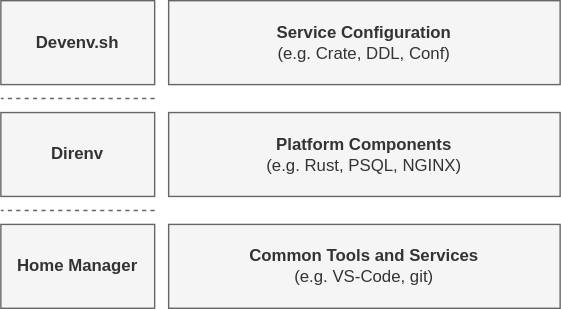
Before: img/techStack.drawio.svg, a diagram exported from draw.io (torstenboettjer/sandbox). Source tidied: cells renumbered, new cells last; positions are measured from the earlier drawing's top-left corner, leaving out a move shared by most shapes. The source it was exported from:
```xml
<mxGraphModel>
  <root>
    <mxCell id="0" />
    <mxCell id="1" parent="0" />
    <mxCell id="2" value="Common Tools and Services&lt;br&gt;&lt;span style=&quot;font-weight: normal;&quot;&gt;(e.g. VS-Code, git)&lt;/span&gt;" style="rounded=0;whiteSpace=wrap;html=1;fillColor=#f5f5f5;strokeColor=#666666;fontStyle=1;fontColor=#333333;" parent="1" vertex="1">
      <mxGeometry x="120" y="160" width="280" height="60" as="geometry" />
    </mxCell>
    <mxCell id="3" value="Platform Components&lt;br&gt;&lt;span style=&quot;font-weight: normal;&quot;&gt;(e.g.&amp;nbsp;&lt;/span&gt;&lt;span style=&quot;font-weight: 400;&quot;&gt;Rust, PSQL, NGINX&lt;/span&gt;&lt;span style=&quot;font-weight: normal;&quot;&gt;)&lt;/span&gt;" style="rounded=0;whiteSpace=wrap;html=1;fillColor=#f5f5f5;strokeColor=#666666;fontStyle=1;fontColor=#333333;" parent="1" vertex="1">
      <mxGeometry x="120" y="80" width="280" height="60" as="geometry" />
    </mxCell>
    <mxCell id="4" value="Service Configuration&lt;br&gt;&lt;span style=&quot;font-weight: normal;&quot;&gt;(e.g.&amp;nbsp;&lt;/span&gt;&lt;span style=&quot;font-weight: 400;&quot;&gt;Crate, DDL, Conf&lt;/span&gt;&lt;span style=&quot;font-weight: normal;&quot;&gt;)&lt;/span&gt;" style="rounded=0;whiteSpace=wrap;html=1;fillColor=#f5f5f5;strokeColor=#666666;fontStyle=1;fontColor=#333333;" parent="1" vertex="1">
      <mxGeometry x="120" width="280" height="60" as="geometry" />
    </mxCell>
    <mxCell id="5" style="endArrow=none;dashed=1;html=1;rounded=0;fillColor=#f5f5f5;strokeColor=#666666;" parent="1" edge="1">
      <mxGeometry relative="1" as="geometry">
        <mxPoint x="110" y="70" as="sourcePoint" />
        <mxPoint y="70" as="targetPoint" />
      </mxGeometry>
    </mxCell>
    <mxCell id="6" style="endArrow=none;dashed=1;html=1;rounded=0;fillColor=#f5f5f5;strokeColor=#666666;fontStyle=1;" parent="1" edge="1">
      <mxGeometry relative="1" as="geometry">
        <mxPoint x="110" y="150" as="sourcePoint" />
        <mxPoint y="150" as="targetPoint" />
      </mxGeometry>
    </mxCell>
    <mxCell id="7" value="Devenv.sh" style="rounded=0;whiteSpace=wrap;html=1;fillColor=#f5f5f5;strokeColor=#666666;fontStyle=1;fontColor=#333333;" parent="1" vertex="1">
      <mxGeometry width="110" height="60" as="geometry" />
    </mxCell>
    <mxCell id="8" value="Direnv" style="rounded=0;whiteSpace=wrap;html=1;fillColor=#f5f5f5;strokeColor=#666666;fontStyle=1;fontColor=#333333;" parent="1" vertex="1">
      <mxGeometry y="80" width="110" height="60" as="geometry" />
    </mxCell>
    <mxCell id="9" value="Home Manager" style="rounded=0;whiteSpace=wrap;html=1;fillColor=#f5f5f5;strokeColor=#666666;fontStyle=1;fontColor=#333333;" parent="1" vertex="1">
      <mxGeometry y="160" width="110" height="60" as="geometry" />
    </mxCell>
  </root>
</mxGraphModel>
```
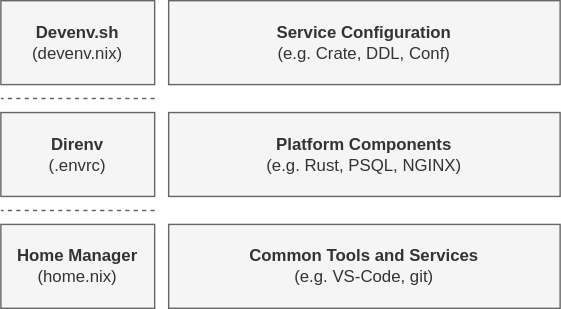
Later version of the same file.

The edit, as a diff of the source:
```diff
@@ -23,13 +23,13 @@
         <mxPoint y="150" as="targetPoint" />
       </mxGeometry>
     </mxCell>
-    <mxCell id="7" value="Devenv.sh" style="rounded=0;whiteSpace=wrap;html=1;fillColor=#f5f5f5;strokeColor=#666666;fontStyle=1;fontColor=#333333;" parent="1" vertex="1">
+    <mxCell id="7" value="Devenv.sh&lt;span style=&quot;font-weight: normal;&quot;&gt;&lt;br&gt;(devenv.nix)&lt;/span&gt;" style="rounded=0;whiteSpace=wrap;html=1;fillColor=#f5f5f5;strokeColor=#666666;fontStyle=1;fontColor=#333333;" parent="1" vertex="1">
       <mxGeometry width="110" height="60" as="geometry" />
     </mxCell>
-    <mxCell id="8" value="Direnv" style="rounded=0;whiteSpace=wrap;html=1;fillColor=#f5f5f5;strokeColor=#666666;fontStyle=1;fontColor=#333333;" parent="1" vertex="1">
+    <mxCell id="8" value="Direnv&lt;span style=&quot;font-weight: normal;&quot;&gt;&lt;br&gt;(.envrc)&lt;/span&gt;" style="rounded=0;whiteSpace=wrap;html=1;fillColor=#f5f5f5;strokeColor=#666666;fontStyle=1;fontColor=#333333;" parent="1" vertex="1">
       <mxGeometry y="80" width="110" height="60" as="geometry" />
     </mxCell>
-    <mxCell id="9" value="Home Manager" style="rounded=0;whiteSpace=wrap;html=1;fillColor=#f5f5f5;strokeColor=#666666;fontStyle=1;fontColor=#333333;" parent="1" vertex="1">
+    <mxCell id="9" value="Home Manager&lt;span style=&quot;font-weight: normal;&quot;&gt;&lt;br&gt;(home.nix)&lt;/span&gt;" style="rounded=0;whiteSpace=wrap;html=1;fillColor=#f5f5f5;strokeColor=#666666;fontStyle=1;fontColor=#333333;" parent="1" vertex="1">
       <mxGeometry y="160" width="110" height="60" as="geometry" />
     </mxCell>
   </root>
```
